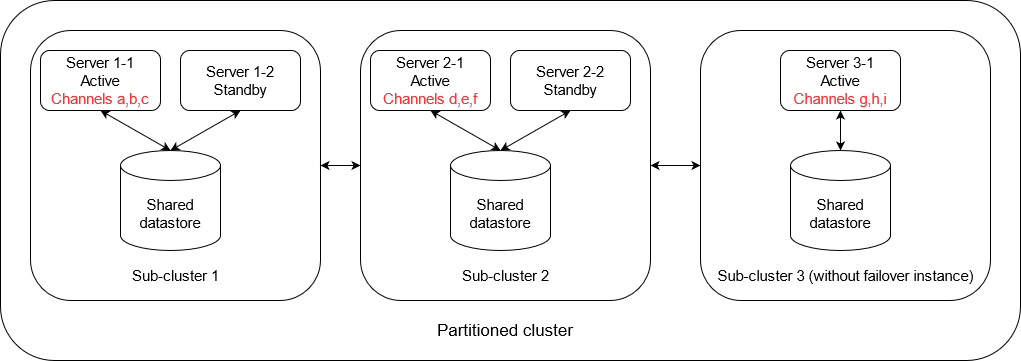
Earlier version of the draw.io export images/scalability-nats.png (duyhieuvo/master-thesis). Source tidied: cells renumbered, new cells last; positions are measured from the earlier drawing's top-left corner, leaving out a move shared by most shapes. Source of this version:
```xml
<mxGraphModel>
  <root>
    <mxCell id="0" />
    <mxCell id="1" parent="0" />
    <mxCell id="2" style="rounded=1;whiteSpace=wrap;html=1;" parent="1" vertex="1">
      <mxGeometry width="1020" height="360" as="geometry" />
    </mxCell>
    <mxCell id="3" style="rounded=1;whiteSpace=wrap;html=1;" parent="1" vertex="1">
      <mxGeometry x="30" y="30" width="290" height="270" as="geometry" />
    </mxCell>
    <mxCell id="4" value="&lt;font style=&quot;font-size: 15px&quot;&gt;Shared datastore&lt;br&gt;&lt;/font&gt;" style="shape=cylinder3;whiteSpace=wrap;html=1;boundedLbl=1;backgroundOutline=1;size=15;" parent="1" vertex="1">
      <mxGeometry x="120" y="150" width="100" height="100" as="geometry" />
    </mxCell>
    <mxCell id="5" value="&lt;div style=&quot;font-size: 15px&quot;&gt;&lt;font style=&quot;font-size: 15px&quot;&gt;Server 1-1&lt;/font&gt;&lt;/div&gt;&lt;div style=&quot;font-size: 15px&quot;&gt;&lt;font style=&quot;font-size: 15px&quot;&gt;Active&lt;br&gt;&lt;/font&gt;&lt;/div&gt;&lt;div style=&quot;font-size: 15px&quot;&gt;&lt;font style=&quot;font-size: 15px&quot;&gt;&lt;font color=&quot;#FF3333&quot;&gt;Channels a,b,c&lt;/font&gt;&lt;br&gt;&lt;/font&gt;&lt;/div&gt;" style="rounded=1;whiteSpace=wrap;html=1;" parent="1" vertex="1">
      <mxGeometry x="40" y="50" width="120" height="60" as="geometry" />
    </mxCell>
    <mxCell id="6" value="&lt;div style=&quot;font-size: 15px&quot;&gt;&lt;font style=&quot;font-size: 15px&quot;&gt;Server 1-2&lt;br&gt;&lt;/font&gt;&lt;/div&gt;&lt;div style=&quot;font-size: 15px&quot;&gt;&lt;font style=&quot;font-size: 15px&quot;&gt;Standby&lt;br&gt;&lt;/font&gt;&lt;/div&gt;" style="rounded=1;whiteSpace=wrap;html=1;" parent="1" vertex="1">
      <mxGeometry x="180" y="50" width="120" height="60" as="geometry" />
    </mxCell>
    <mxCell id="7" style="endArrow=classic;startArrow=classic;html=1;exitX=0.5;exitY=0;exitDx=0;exitDy=0;exitPerimeter=0;entryX=0.5;entryY=1;entryDx=0;entryDy=0;" parent="1" edge="1" source="4" target="5">
      <mxGeometry relative="1" as="geometry" />
    </mxCell>
    <mxCell id="8" style="endArrow=classic;startArrow=classic;html=1;entryX=0.5;entryY=1;entryDx=0;entryDy=0;exitX=0.5;exitY=0;exitDx=0;exitDy=0;exitPerimeter=0;" parent="1" edge="1" source="4" target="6">
      <mxGeometry relative="1" as="geometry" />
    </mxCell>
    <mxCell id="9" value="&lt;font style=&quot;font-size: 15px&quot;&gt;Sub-cluster 1&lt;br&gt;&lt;/font&gt;" style="text;html=1;strokeColor=none;fillColor=none;align=center;verticalAlign=middle;whiteSpace=wrap;rounded=0;" parent="1" vertex="1">
      <mxGeometry x="42.5" y="265" width="265" height="20" as="geometry" />
    </mxCell>
    <mxCell id="10" style="rounded=1;whiteSpace=wrap;html=1;" parent="1" vertex="1">
      <mxGeometry x="360" y="30" width="290" height="270" as="geometry" />
    </mxCell>
    <mxCell id="11" value="&lt;font style=&quot;font-size: 15px&quot;&gt;Shared datastore&lt;br&gt;&lt;/font&gt;" style="shape=cylinder3;whiteSpace=wrap;html=1;boundedLbl=1;backgroundOutline=1;size=15;" parent="1" vertex="1">
      <mxGeometry x="450" y="150" width="100" height="100" as="geometry" />
    </mxCell>
    <mxCell id="12" value="&lt;div style=&quot;font-size: 15px&quot;&gt;&lt;font style=&quot;font-size: 15px&quot;&gt;Server 2-1&lt;/font&gt;&lt;/div&gt;&lt;div style=&quot;font-size: 15px&quot;&gt;&lt;font style=&quot;font-size: 15px&quot;&gt;Active&lt;br&gt;&lt;/font&gt;&lt;/div&gt;&lt;div style=&quot;font-size: 15px&quot;&gt;&lt;font style=&quot;font-size: 15px&quot;&gt;&lt;font color=&quot;#FF3333&quot;&gt;Channels d,e,f&lt;/font&gt;&lt;br&gt;&lt;/font&gt;&lt;/div&gt;" style="rounded=1;whiteSpace=wrap;html=1;" parent="1" vertex="1">
      <mxGeometry x="370" y="50" width="120" height="60" as="geometry" />
    </mxCell>
    <mxCell id="13" value="&lt;div style=&quot;font-size: 15px&quot;&gt;&lt;font style=&quot;font-size: 15px&quot;&gt;Server 2-2&lt;br&gt;&lt;/font&gt;&lt;/div&gt;&lt;div style=&quot;font-size: 15px&quot;&gt;&lt;font style=&quot;font-size: 15px&quot;&gt;Standby&lt;br&gt;&lt;/font&gt;&lt;/div&gt;" style="rounded=1;whiteSpace=wrap;html=1;" parent="1" vertex="1">
      <mxGeometry x="510" y="50" width="120" height="60" as="geometry" />
    </mxCell>
    <mxCell id="14" style="endArrow=classic;startArrow=classic;html=1;exitX=0.5;exitY=0;exitDx=0;exitDy=0;exitPerimeter=0;entryX=0.5;entryY=1;entryDx=0;entryDy=0;" parent="1" edge="1" source="11" target="12">
      <mxGeometry relative="1" as="geometry" />
    </mxCell>
    <mxCell id="15" style="endArrow=classic;startArrow=classic;html=1;entryX=0.5;entryY=1;entryDx=0;entryDy=0;exitX=0.5;exitY=0;exitDx=0;exitDy=0;exitPerimeter=0;" parent="1" edge="1" source="11" target="13">
      <mxGeometry relative="1" as="geometry" />
    </mxCell>
    <mxCell id="16" value="&lt;font style=&quot;font-size: 15px&quot;&gt;Sub-cluster 2&lt;br&gt;&lt;/font&gt;" style="text;html=1;strokeColor=none;fillColor=none;align=center;verticalAlign=middle;whiteSpace=wrap;rounded=0;" parent="1" vertex="1">
      <mxGeometry x="372.5" y="265" width="265" height="20" as="geometry" />
    </mxCell>
    <mxCell id="17" style="rounded=1;whiteSpace=wrap;html=1;" parent="1" vertex="1">
      <mxGeometry x="700" y="30" width="290" height="270" as="geometry" />
    </mxCell>
    <mxCell id="18" value="&lt;font style=&quot;font-size: 15px&quot;&gt;Shared datastore&lt;br&gt;&lt;/font&gt;" style="shape=cylinder3;whiteSpace=wrap;html=1;boundedLbl=1;backgroundOutline=1;size=15;" parent="1" vertex="1">
      <mxGeometry x="790" y="150" width="100" height="100" as="geometry" />
    </mxCell>
    <mxCell id="19" value="&lt;div style=&quot;font-size: 15px&quot;&gt;&lt;font style=&quot;font-size: 15px&quot;&gt;Server 3-1&lt;/font&gt;&lt;/div&gt;&lt;div style=&quot;font-size: 15px&quot;&gt;&lt;font style=&quot;font-size: 15px&quot;&gt;Active&lt;br&gt;&lt;/font&gt;&lt;/div&gt;&lt;div style=&quot;font-size: 15px&quot;&gt;&lt;font style=&quot;font-size: 15px&quot;&gt;&lt;font color=&quot;#FF3333&quot;&gt;Channels g,h,i&lt;/font&gt;&lt;br&gt;&lt;/font&gt;&lt;/div&gt;" style="rounded=1;whiteSpace=wrap;html=1;" parent="1" vertex="1">
      <mxGeometry x="780" y="50" width="120" height="60" as="geometry" />
    </mxCell>
    <mxCell id="20" style="endArrow=classic;startArrow=classic;html=1;exitX=0.5;exitY=0;exitDx=0;exitDy=0;exitPerimeter=0;entryX=0.5;entryY=1;entryDx=0;entryDy=0;" parent="1" edge="1" source="18" target="19">
      <mxGeometry relative="1" as="geometry" />
    </mxCell>
    <mxCell id="21" value="&lt;font style=&quot;font-size: 15px&quot;&gt;Sub-cluster 3 (without failover instance)&lt;br&gt;&lt;/font&gt;" style="text;html=1;strokeColor=none;fillColor=none;align=center;verticalAlign=middle;whiteSpace=wrap;rounded=0;" parent="1" vertex="1">
      <mxGeometry x="712.5" y="265" width="265" height="20" as="geometry" />
    </mxCell>
    <mxCell id="22" style="endArrow=classic;startArrow=classic;html=1;exitX=1;exitY=0.5;exitDx=0;exitDy=0;entryX=0;entryY=0.5;entryDx=0;entryDy=0;" parent="1" edge="1" source="3" target="10">
      <mxGeometry relative="1" as="geometry" />
    </mxCell>
    <mxCell id="23" style="endArrow=classic;startArrow=classic;html=1;exitX=1;exitY=0.5;exitDx=0;exitDy=0;entryX=0;entryY=0.5;entryDx=0;entryDy=0;" parent="1" edge="1" source="10" target="17">
      <mxGeometry relative="1" as="geometry" />
    </mxCell>
    <mxCell id="24" value="&lt;font style=&quot;font-size: 17px&quot;&gt;&lt;font style=&quot;font-size: 17px&quot;&gt;Partitioned cluster&lt;/font&gt;&lt;br&gt;&lt;/font&gt;" style="text;html=1;strokeColor=none;fillColor=none;align=center;verticalAlign=middle;whiteSpace=wrap;rounded=0;" parent="1" vertex="1">
      <mxGeometry x="425" y="320" width="160" height="20" as="geometry" />
    </mxCell>
  </root>
</mxGraphModel>
```
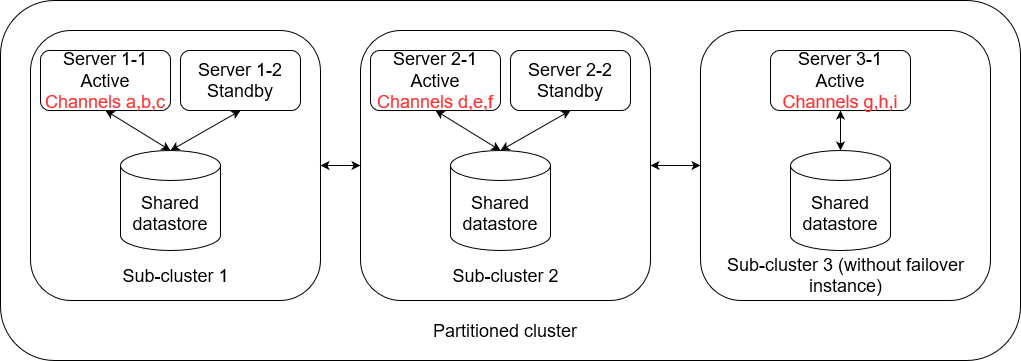
After the change.

Diff of the diagram source:
```diff
@@ -8,13 +8,13 @@
     <mxCell id="3" style="rounded=1;whiteSpace=wrap;html=1;" parent="1" vertex="1">
       <mxGeometry x="30" y="30" width="290" height="270" as="geometry" />
     </mxCell>
-    <mxCell id="4" value="&lt;font style=&quot;font-size: 15px&quot;&gt;Shared datastore&lt;br&gt;&lt;/font&gt;" style="shape=cylinder3;whiteSpace=wrap;html=1;boundedLbl=1;backgroundOutline=1;size=15;" parent="1" vertex="1">
+    <mxCell id="4" value="&lt;font style=&quot;font-size: 18px&quot;&gt;&lt;font style=&quot;font-size: 18px&quot;&gt;Shared datastore&lt;/font&gt;&lt;br&gt;&lt;/font&gt;" style="shape=cylinder3;whiteSpace=wrap;html=1;boundedLbl=1;backgroundOutline=1;size=15;" parent="1" vertex="1">
       <mxGeometry x="120" y="150" width="100" height="100" as="geometry" />
     </mxCell>
-    <mxCell id="5" value="&lt;div style=&quot;font-size: 15px&quot;&gt;&lt;font style=&quot;font-size: 15px&quot;&gt;Server 1-1&lt;/font&gt;&lt;/div&gt;&lt;div style=&quot;font-size: 15px&quot;&gt;&lt;font style=&quot;font-size: 15px&quot;&gt;Active&lt;br&gt;&lt;/font&gt;&lt;/div&gt;&lt;div style=&quot;font-size: 15px&quot;&gt;&lt;font style=&quot;font-size: 15px&quot;&gt;&lt;font color=&quot;#FF3333&quot;&gt;Channels a,b,c&lt;/font&gt;&lt;br&gt;&lt;/font&gt;&lt;/div&gt;" style="rounded=1;whiteSpace=wrap;html=1;" parent="1" vertex="1">
-      <mxGeometry x="40" y="50" width="120" height="60" as="geometry" />
+    <mxCell id="5" value="&lt;div style=&quot;font-size: 18px&quot;&gt;&lt;font style=&quot;font-size: 18px&quot;&gt;Server 1-1&lt;/font&gt;&lt;/div&gt;&lt;div style=&quot;font-size: 18px&quot;&gt;&lt;font style=&quot;font-size: 18px&quot;&gt;Active&lt;br&gt;&lt;/font&gt;&lt;/div&gt;&lt;div style=&quot;font-size: 18px&quot;&gt;&lt;font style=&quot;font-size: 18px&quot;&gt;&lt;font style=&quot;font-size: 18px&quot; color=&quot;#FF3333&quot;&gt;Channels a,b,c&lt;/font&gt;&lt;br&gt;&lt;/font&gt;&lt;/div&gt;" style="rounded=1;whiteSpace=wrap;html=1;" parent="1" vertex="1">
+      <mxGeometry x="40" y="50" width="130" height="60" as="geometry" />
     </mxCell>
-    <mxCell id="6" value="&lt;div style=&quot;font-size: 15px&quot;&gt;&lt;font style=&quot;font-size: 15px&quot;&gt;Server 1-2&lt;br&gt;&lt;/font&gt;&lt;/div&gt;&lt;div style=&quot;font-size: 15px&quot;&gt;&lt;font style=&quot;font-size: 15px&quot;&gt;Standby&lt;br&gt;&lt;/font&gt;&lt;/div&gt;" style="rounded=1;whiteSpace=wrap;html=1;" parent="1" vertex="1">
+    <mxCell id="6" value="&lt;div style=&quot;font-size: 18px&quot;&gt;&lt;font style=&quot;font-size: 18px&quot;&gt;Server 1-2&lt;br&gt;&lt;/font&gt;&lt;/div&gt;&lt;div style=&quot;font-size: 18px&quot;&gt;&lt;font style=&quot;font-size: 18px&quot;&gt;Standby&lt;br&gt;&lt;/font&gt;&lt;/div&gt;" style="rounded=1;whiteSpace=wrap;html=1;" parent="1" vertex="1">
       <mxGeometry x="180" y="50" width="120" height="60" as="geometry" />
     </mxCell>
     <mxCell id="7" style="endArrow=classic;startArrow=classic;html=1;exitX=0.5;exitY=0;exitDx=0;exitDy=0;exitPerimeter=0;entryX=0.5;entryY=1;entryDx=0;entryDy=0;" parent="1" edge="1" source="4" target="5">
@@ -23,19 +23,19 @@
     <mxCell id="8" style="endArrow=classic;startArrow=classic;html=1;entryX=0.5;entryY=1;entryDx=0;entryDy=0;exitX=0.5;exitY=0;exitDx=0;exitDy=0;exitPerimeter=0;" parent="1" edge="1" source="4" target="6">
       <mxGeometry relative="1" as="geometry" />
     </mxCell>
-    <mxCell id="9" value="&lt;font style=&quot;font-size: 15px&quot;&gt;Sub-cluster 1&lt;br&gt;&lt;/font&gt;" style="text;html=1;strokeColor=none;fillColor=none;align=center;verticalAlign=middle;whiteSpace=wrap;rounded=0;" parent="1" vertex="1">
+    <mxCell id="9" value="&lt;font style=&quot;font-size: 18px&quot;&gt;Sub-cluster 1&lt;br&gt;&lt;/font&gt;" style="text;html=1;strokeColor=none;fillColor=none;align=center;verticalAlign=middle;whiteSpace=wrap;rounded=0;" parent="1" vertex="1">
       <mxGeometry x="42.5" y="265" width="265" height="20" as="geometry" />
     </mxCell>
     <mxCell id="10" style="rounded=1;whiteSpace=wrap;html=1;" parent="1" vertex="1">
       <mxGeometry x="360" y="30" width="290" height="270" as="geometry" />
     </mxCell>
-    <mxCell id="11" value="&lt;font style=&quot;font-size: 15px&quot;&gt;Shared datastore&lt;br&gt;&lt;/font&gt;" style="shape=cylinder3;whiteSpace=wrap;html=1;boundedLbl=1;backgroundOutline=1;size=15;" parent="1" vertex="1">
+    <mxCell id="11" value="&lt;font style=&quot;font-size: 18px&quot;&gt;Shared datastore&lt;br&gt;&lt;/font&gt;" style="shape=cylinder3;whiteSpace=wrap;html=1;boundedLbl=1;backgroundOutline=1;size=15;" parent="1" vertex="1">
       <mxGeometry x="450" y="150" width="100" height="100" as="geometry" />
     </mxCell>
-    <mxCell id="12" value="&lt;div style=&quot;font-size: 15px&quot;&gt;&lt;font style=&quot;font-size: 15px&quot;&gt;Server 2-1&lt;/font&gt;&lt;/div&gt;&lt;div style=&quot;font-size: 15px&quot;&gt;&lt;font style=&quot;font-size: 15px&quot;&gt;Active&lt;br&gt;&lt;/font&gt;&lt;/div&gt;&lt;div style=&quot;font-size: 15px&quot;&gt;&lt;font style=&quot;font-size: 15px&quot;&gt;&lt;font color=&quot;#FF3333&quot;&gt;Channels d,e,f&lt;/font&gt;&lt;br&gt;&lt;/font&gt;&lt;/div&gt;" style="rounded=1;whiteSpace=wrap;html=1;" parent="1" vertex="1">
-      <mxGeometry x="370" y="50" width="120" height="60" as="geometry" />
+    <mxCell id="12" value="&lt;div style=&quot;font-size: 18px&quot;&gt;&lt;font style=&quot;font-size: 18px&quot;&gt;Server 2-1&lt;/font&gt;&lt;/div&gt;&lt;div style=&quot;font-size: 18px&quot;&gt;&lt;font style=&quot;font-size: 18px&quot;&gt;Active&lt;br&gt;&lt;/font&gt;&lt;/div&gt;&lt;div style=&quot;font-size: 18px&quot;&gt;&lt;font style=&quot;font-size: 18px&quot;&gt;&lt;font style=&quot;font-size: 18px&quot; color=&quot;#FF3333&quot;&gt;Channels d,e,f&lt;/font&gt;&lt;br&gt;&lt;/font&gt;&lt;/div&gt;" style="rounded=1;whiteSpace=wrap;html=1;" parent="1" vertex="1">
+      <mxGeometry x="370" y="50" width="130" height="60" as="geometry" />
     </mxCell>
-    <mxCell id="13" value="&lt;div style=&quot;font-size: 15px&quot;&gt;&lt;font style=&quot;font-size: 15px&quot;&gt;Server 2-2&lt;br&gt;&lt;/font&gt;&lt;/div&gt;&lt;div style=&quot;font-size: 15px&quot;&gt;&lt;font style=&quot;font-size: 15px&quot;&gt;Standby&lt;br&gt;&lt;/font&gt;&lt;/div&gt;" style="rounded=1;whiteSpace=wrap;html=1;" parent="1" vertex="1">
+    <mxCell id="13" value="&lt;div style=&quot;font-size: 18px&quot;&gt;&lt;font style=&quot;font-size: 18px&quot;&gt;Server 2-2&lt;br&gt;&lt;/font&gt;&lt;/div&gt;&lt;div style=&quot;font-size: 18px&quot;&gt;&lt;font style=&quot;font-size: 18px&quot;&gt;Standby&lt;br&gt;&lt;/font&gt;&lt;/div&gt;" style="rounded=1;whiteSpace=wrap;html=1;" parent="1" vertex="1">
       <mxGeometry x="510" y="50" width="120" height="60" as="geometry" />
     </mxCell>
     <mxCell id="14" style="endArrow=classic;startArrow=classic;html=1;exitX=0.5;exitY=0;exitDx=0;exitDy=0;exitPerimeter=0;entryX=0.5;entryY=1;entryDx=0;entryDy=0;" parent="1" edge="1" source="11" target="12">
@@ -44,22 +44,22 @@
     <mxCell id="15" style="endArrow=classic;startArrow=classic;html=1;entryX=0.5;entryY=1;entryDx=0;entryDy=0;exitX=0.5;exitY=0;exitDx=0;exitDy=0;exitPerimeter=0;" parent="1" edge="1" source="11" target="13">
       <mxGeometry relative="1" as="geometry" />
     </mxCell>
-    <mxCell id="16" value="&lt;font style=&quot;font-size: 15px&quot;&gt;Sub-cluster 2&lt;br&gt;&lt;/font&gt;" style="text;html=1;strokeColor=none;fillColor=none;align=center;verticalAlign=middle;whiteSpace=wrap;rounded=0;" parent="1" vertex="1">
+    <mxCell id="16" value="&lt;font style=&quot;font-size: 18px&quot;&gt;Sub-cluster 2&lt;br&gt;&lt;/font&gt;" style="text;html=1;strokeColor=none;fillColor=none;align=center;verticalAlign=middle;whiteSpace=wrap;rounded=0;" parent="1" vertex="1">
       <mxGeometry x="372.5" y="265" width="265" height="20" as="geometry" />
     </mxCell>
     <mxCell id="17" style="rounded=1;whiteSpace=wrap;html=1;" parent="1" vertex="1">
       <mxGeometry x="700" y="30" width="290" height="270" as="geometry" />
     </mxCell>
-    <mxCell id="18" value="&lt;font style=&quot;font-size: 15px&quot;&gt;Shared datastore&lt;br&gt;&lt;/font&gt;" style="shape=cylinder3;whiteSpace=wrap;html=1;boundedLbl=1;backgroundOutline=1;size=15;" parent="1" vertex="1">
+    <mxCell id="18" value="&lt;font style=&quot;font-size: 18px&quot;&gt;Shared datastore&lt;br&gt;&lt;/font&gt;" style="shape=cylinder3;whiteSpace=wrap;html=1;boundedLbl=1;backgroundOutline=1;size=15;" parent="1" vertex="1">
       <mxGeometry x="790" y="150" width="100" height="100" as="geometry" />
     </mxCell>
-    <mxCell id="19" value="&lt;div style=&quot;font-size: 15px&quot;&gt;&lt;font style=&quot;font-size: 15px&quot;&gt;Server 3-1&lt;/font&gt;&lt;/div&gt;&lt;div style=&quot;font-size: 15px&quot;&gt;&lt;font style=&quot;font-size: 15px&quot;&gt;Active&lt;br&gt;&lt;/font&gt;&lt;/div&gt;&lt;div style=&quot;font-size: 15px&quot;&gt;&lt;font style=&quot;font-size: 15px&quot;&gt;&lt;font color=&quot;#FF3333&quot;&gt;Channels g,h,i&lt;/font&gt;&lt;br&gt;&lt;/font&gt;&lt;/div&gt;" style="rounded=1;whiteSpace=wrap;html=1;" parent="1" vertex="1">
-      <mxGeometry x="780" y="50" width="120" height="60" as="geometry" />
+    <mxCell id="19" value="&lt;div style=&quot;font-size: 18px&quot;&gt;&lt;font style=&quot;font-size: 18px&quot;&gt;Server 3-1&lt;/font&gt;&lt;/div&gt;&lt;div style=&quot;font-size: 18px&quot;&gt;&lt;font style=&quot;font-size: 18px&quot;&gt;Active&lt;br&gt;&lt;/font&gt;&lt;/div&gt;&lt;div style=&quot;font-size: 18px&quot;&gt;&lt;font style=&quot;font-size: 18px&quot;&gt;&lt;font style=&quot;font-size: 18px&quot; color=&quot;#FF3333&quot;&gt;Channels g,h,i&lt;/font&gt;&lt;br&gt;&lt;/font&gt;&lt;/div&gt;" style="rounded=1;whiteSpace=wrap;html=1;" parent="1" vertex="1">
+      <mxGeometry x="770" y="50" width="140" height="60" as="geometry" />
     </mxCell>
     <mxCell id="20" style="endArrow=classic;startArrow=classic;html=1;exitX=0.5;exitY=0;exitDx=0;exitDy=0;exitPerimeter=0;entryX=0.5;entryY=1;entryDx=0;entryDy=0;" parent="1" edge="1" source="18" target="19">
       <mxGeometry relative="1" as="geometry" />
     </mxCell>
-    <mxCell id="21" value="&lt;font style=&quot;font-size: 15px&quot;&gt;Sub-cluster 3 (without failover instance)&lt;br&gt;&lt;/font&gt;" style="text;html=1;strokeColor=none;fillColor=none;align=center;verticalAlign=middle;whiteSpace=wrap;rounded=0;" parent="1" vertex="1">
+    <mxCell id="21" value="&lt;font style=&quot;font-size: 18px&quot;&gt;&lt;font style=&quot;font-size: 18px&quot;&gt;Sub-cluster 3 (without failover instance)&lt;/font&gt;&lt;br&gt;&lt;/font&gt;" style="text;html=1;strokeColor=none;fillColor=none;align=center;verticalAlign=middle;whiteSpace=wrap;rounded=0;" parent="1" vertex="1">
       <mxGeometry x="712.5" y="265" width="265" height="20" as="geometry" />
     </mxCell>
     <mxCell id="22" style="endArrow=classic;startArrow=classic;html=1;exitX=1;exitY=0.5;exitDx=0;exitDy=0;entryX=0;entryY=0.5;entryDx=0;entryDy=0;" parent="1" edge="1" source="3" target="10">
@@ -68,7 +68,7 @@
     <mxCell id="23" style="endArrow=classic;startArrow=classic;html=1;exitX=1;exitY=0.5;exitDx=0;exitDy=0;entryX=0;entryY=0.5;entryDx=0;entryDy=0;" parent="1" edge="1" source="10" target="17">
       <mxGeometry relative="1" as="geometry" />
     </mxCell>
-    <mxCell id="24" value="&lt;font style=&quot;font-size: 17px&quot;&gt;&lt;font style=&quot;font-size: 17px&quot;&gt;Partitioned cluster&lt;/font&gt;&lt;br&gt;&lt;/font&gt;" style="text;html=1;strokeColor=none;fillColor=none;align=center;verticalAlign=middle;whiteSpace=wrap;rounded=0;" parent="1" vertex="1">
+    <mxCell id="24" value="&lt;font style=&quot;font-size: 18px&quot;&gt;&lt;font style=&quot;font-size: 18px&quot;&gt;Partitioned cluster&lt;/font&gt;&lt;br&gt;&lt;/font&gt;" style="text;html=1;strokeColor=none;fillColor=none;align=center;verticalAlign=middle;whiteSpace=wrap;rounded=0;" parent="1" vertex="1">
       <mxGeometry x="425" y="320" width="160" height="20" as="geometry" />
     </mxCell>
   </root>
```
